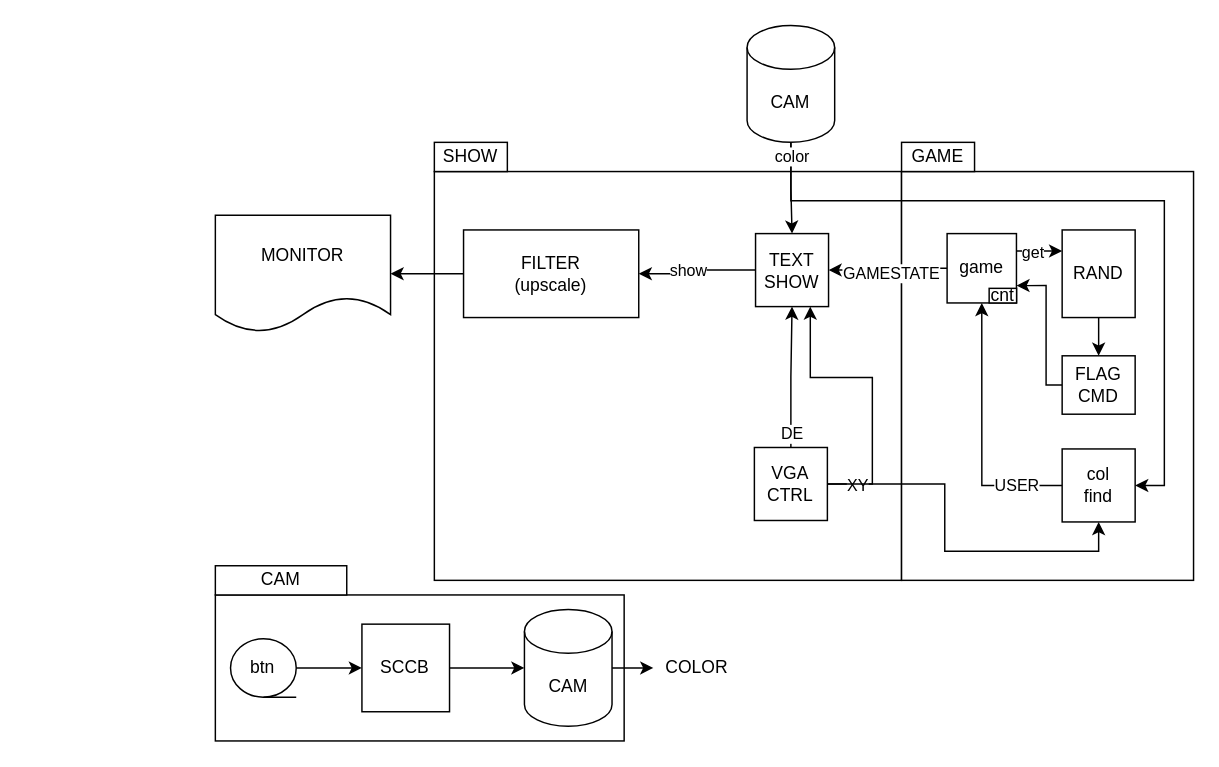
cong2738/FlagGame keeps this draw.io diagram as page "Project design" (1 of 4) of doc/SystenArchitecture.drawio. Above is the earlier version. Source tidied: cells renumbered, new cells numbered last; positions are measured from the earlier drawing's top-left corner, leaving out a move shared by most shapes. Both pictures are drawn from the tidied source at 146%, with x=0, y=0 at pixel (215, 25).
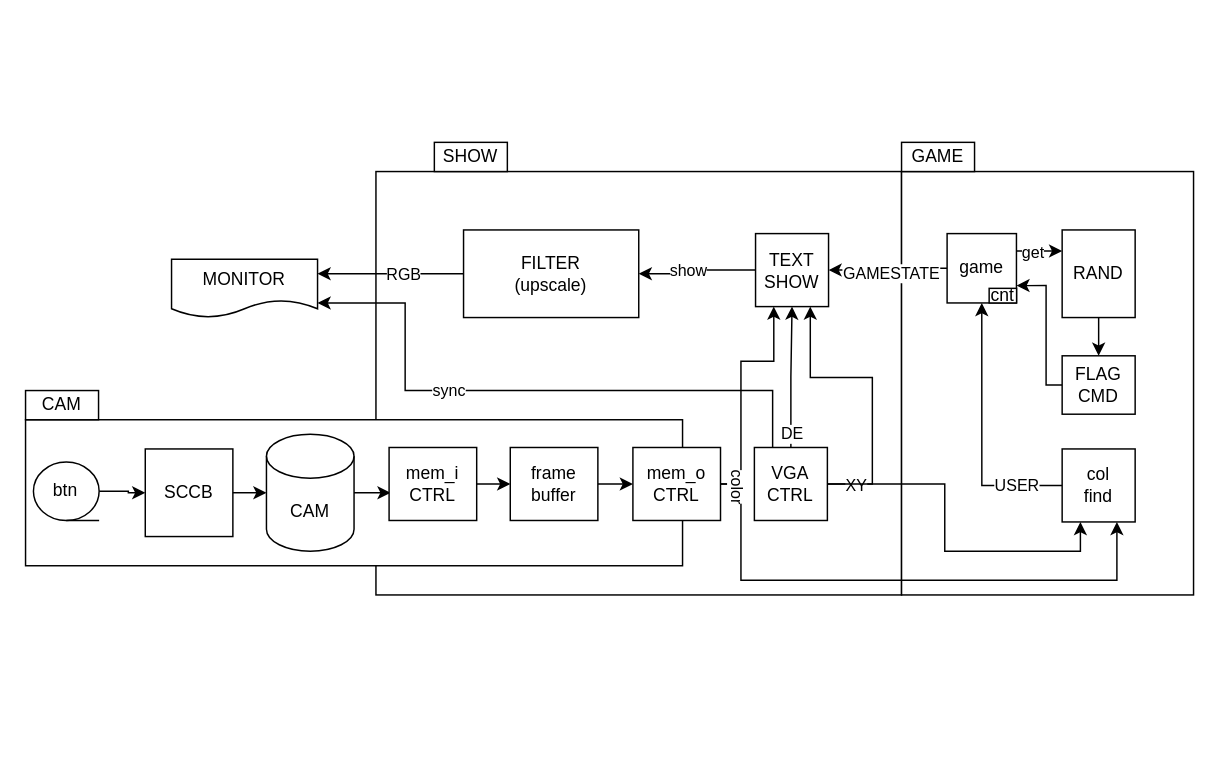
After the change.

Unchanged cells that the change refers to:
```xml
<mxCell id="16" value="VGA&lt;div&gt;CTRL&lt;/div&gt;" style="whiteSpace=wrap;html=1;" parent="1" vertex="1">
  <mxGeometry x="369.2" y="289" width="50" height="50" as="geometry" />
</mxCell>
<mxCell id="19" value="col&lt;div&gt;find&lt;/div&gt;" style="whiteSpace=wrap;html=1;" parent="1" vertex="1">
  <mxGeometry x="580" y="290" width="50" height="50" as="geometry" />
</mxCell>
<mxCell id="28" value="TEXT&lt;br&gt;SHOW" style="whiteSpace=wrap;html=1;" parent="1" vertex="1">
  <mxGeometry x="370" y="142.5" width="50" height="50" as="geometry" />
</mxCell>
<mxCell id="29" value="FILTER&lt;div&gt;(upscale)&lt;/div&gt;" style="rounded=0;whiteSpace=wrap;html=1;" parent="1" vertex="1">
  <mxGeometry x="170" y="140" width="120" height="60" as="geometry" />
</mxCell>
```

The edit, as a diff of the source:
```diff
@@
     <mxCell id="2" style="rounded=0;whiteSpace=wrap;html=1;" parent="1" vertex="1">
-      <mxGeometry x="150" y="100" width="320" height="280" as="geometry" />
+      <mxGeometry x="110" y="100" width="360" height="290" as="geometry" />
     </mxCell>
     <mxCell id="3" style="rounded=0;whiteSpace=wrap;html=1;" parent="1" vertex="1">
-      <mxGeometry x="470" y="100" width="200" height="280" as="geometry" />
+      <mxGeometry x="470" y="100" width="200" height="290" as="geometry" />
     </mxCell>
-    <mxCell id="4" style="edgeStyle=orthogonalEdgeStyle;rounded=0;jettySize=auto;html=1;entryX=0.5;entryY=0;entryDx=0;entryDy=0;" parent="1" edge="1" source="7" target="28">
-      <mxGeometry relative="1" as="geometry" />
-    </mxCell>
-    <mxCell id="5" style="edgeStyle=orthogonalEdgeStyle;rounded=0;jettySize=auto;html=1;entryX=1;entryY=0.5;entryDx=0;entryDy=0;exitX=0.5;exitY=1;exitDx=0;exitDy=0;exitPerimeter=0;" parent="1" edge="1" source="7" target="19">
-      <mxGeometry relative="1" as="geometry">
-        <Array as="points">
-          <mxPoint x="394" y="120" />
-          <mxPoint x="650" y="120" />
-          <mxPoint x="650" y="315" />
-        </Array>
-      </mxGeometry>
-    </mxCell>
-    <mxCell id="6" value="color" style="edgeLabel;html=1;align=center;verticalAlign=middle;" parent="5" vertex="1">
-      <mxGeometry x="-0.91" relative="1" as="geometry">
-        <mxPoint y="-14" as="offset" />
-      </mxGeometry>
-    </mxCell>
-    <mxCell id="7" value="CAM" style="shape=cylinder3;whiteSpace=wrap;html=1;boundedLbl=1;backgroundOutline=1;size=15;" parent="1" vertex="1">
-      <mxGeometry x="364.2" width="60" height="80" as="geometry" />
-    </mxCell>
     <mxCell id="8" value="MONITOR" style="shape=document;whiteSpace=wrap;html=1;boundedLbl=1;" parent="1" vertex="1">
-      <mxGeometry y="130" width="120" height="80" as="geometry" />
+      <mxGeometry x="-30" y="160" width="100" height="40" as="geometry" />
     </mxCell>
@@
-    <mxCell id="10" style="edgeStyle=orthogonalEdgeStyle;rounded=0;jettySize=auto;html=1;" parent="1" edge="1" source="29" target="8">
+    <mxCell id="10" style="edgeStyle=orthogonalEdgeStyle;rounded=0;jettySize=auto;html=1;entryX=1;entryY=0.25;entryDx=0;entryDy=0;" parent="1" edge="1" source="29" target="8">
       <mxGeometry relative="1" as="geometry" />
     </mxCell>
+    <mxCell id="45" value="RGB" style="edgeLabel;html=1;align=center;verticalAlign=middle;" parent="10" vertex="1">
+      <mxGeometry x="-0.16" relative="1" as="geometry" />
+    </mxCell>
-    <mxCell id="11" style="edgeStyle=orthogonalEdgeStyle;rounded=0;jettySize=auto;html=1;entryX=0.5;entryY=1;entryDx=0;entryDy=0;" parent="1" edge="1" source="16" target="19">
+    <mxCell id="11" style="edgeStyle=orthogonalEdgeStyle;rounded=0;jettySize=auto;html=1;entryX=0.25;entryY=1;entryDx=0;entryDy=0;" parent="1" edge="1" source="16" target="19">
       <mxGeometry relative="1" as="geometry" />
     </mxCell>
@@
+    <mxCell id="46" style="edgeStyle=orthogonalEdgeStyle;rounded=0;jettySize=auto;html=1;exitX=0.25;exitY=0;exitDx=0;exitDy=0;entryX=1;entryY=0.75;entryDx=0;entryDy=0;" parent="1" edge="1" source="16" target="8">
+      <mxGeometry relative="1" as="geometry">
+        <Array as="points">
+          <mxPoint x="382" y="250" />
+          <mxPoint x="130" y="250" />
+          <mxPoint x="130" y="190" />
+        </Array>
+      </mxGeometry>
+    </mxCell>
+    <mxCell id="47" value="sync" style="edgeLabel;html=1;align=center;verticalAlign=middle;" parent="46" vertex="1">
+      <mxGeometry x="0.41" y="-1" relative="1" as="geometry">
+        <mxPoint x="29" as="offset" />
+      </mxGeometry>
+    </mxCell>
@@
     <mxCell id="32" style="rounded=0;whiteSpace=wrap;html=1;" parent="1" vertex="1">
-      <mxGeometry y="390" width="280" height="100" as="geometry" />
+      <mxGeometry x="-130" y="270" width="450" height="100" as="geometry" />
     </mxCell>
     <mxCell id="33" value="CAM" style="rounded=0;whiteSpace=wrap;html=1;" parent="1" vertex="1">
-      <mxGeometry y="370" width="90" height="20" as="geometry" />
+      <mxGeometry x="-130" y="250" width="50" height="20" as="geometry" />
     </mxCell>
     <mxCell id="34" value="SCCB" style="whiteSpace=wrap;html=1;" parent="1" vertex="1">
-      <mxGeometry x="100.4" y="410" width="60" height="60" as="geometry" />
+      <mxGeometry x="-48" y="290" width="60" height="60" as="geometry" />
     </mxCell>
@@
     <mxCell id="36" value="btn" style="shape=tapeData;whiteSpace=wrap;html=1;perimeter=ellipsePerimeter;" parent="1" vertex="1">
-      <mxGeometry x="10.4" y="420" width="45" height="40" as="geometry" />
+      <mxGeometry x="-124.6" y="299" width="45" height="40" as="geometry" />
     </mxCell>
@@
-    <mxCell id="38" style="edgeStyle=orthogonalEdgeStyle;rounded=0;jettySize=auto;html=1;entryX=0;entryY=0.5;entryDx=0;entryDy=0;" parent="1" edge="1" source="39" target="43">
-      <mxGeometry relative="1" as="geometry" />
+    <mxCell id="38" style="edgeStyle=orthogonalEdgeStyle;rounded=0;jettySize=auto;html=1;entryX=0;entryY=0.5;entryDx=0;entryDy=0;" parent="1" edge="1" source="39">
+      <mxGeometry relative="1" as="geometry">
+        <mxPoint x="120" y="320" as="targetPoint" />
+      </mxGeometry>
     </mxCell>
     <mxCell id="39" value="CAM" style="shape=cylinder3;whiteSpace=wrap;html=1;boundedLbl=1;backgroundOutline=1;size=15;" parent="1" vertex="1">
-      <mxGeometry x="211.7" y="400" width="60" height="80" as="geometry" />
+      <mxGeometry x="35" y="280" width="60" height="80" as="geometry" />
     </mxCell>
@@
-    <mxCell id="43" value="COLOR" style="text;html=1;align=center;verticalAlign=middle;whiteSpace=wrap;rounded=0;" parent="1" vertex="1">
-      <mxGeometry x="300" y="425" width="60" height="30" as="geometry" />
-    </mxCell>
@@
+    <mxCell id="48" style="edgeStyle=orthogonalEdgeStyle;rounded=0;jettySize=auto;html=1;entryX=0.75;entryY=1;entryDx=0;entryDy=0;" parent="1" edge="1" source="50" target="19">
+      <mxGeometry relative="1" as="geometry">
+        <Array as="points">
+          <mxPoint x="360" y="314" />
+          <mxPoint x="360" y="380" />
+          <mxPoint x="617" y="380" />
+        </Array>
+      </mxGeometry>
+    </mxCell>
+    <mxCell id="49" style="edgeStyle=orthogonalEdgeStyle;rounded=0;jettySize=auto;html=1;entryX=0.25;entryY=1;entryDx=0;entryDy=0;" parent="1" edge="1" source="50" target="28">
+      <mxGeometry relative="1" as="geometry">
+        <Array as="points">
+          <mxPoint x="360" y="314" />
+          <mxPoint x="360" y="230" />
+          <mxPoint x="383" y="230" />
+        </Array>
+      </mxGeometry>
+    </mxCell>
+    <mxCell id="6" value="color" style="edgeLabel;html=1;align=center;verticalAlign=middle;rotation=90;" parent="49" vertex="1">
+      <mxGeometry x="-0.84" y="-3" relative="1" as="geometry">
+        <mxPoint y="-2" as="offset" />
+      </mxGeometry>
+    </mxCell>
+    <mxCell id="50" value="mem_o&lt;div&gt;CTRL&lt;/div&gt;" style="rounded=0;whiteSpace=wrap;html=1;" parent="1" vertex="1">
+      <mxGeometry x="286" y="289" width="60" height="50" as="geometry" />
+    </mxCell>
+    <mxCell id="51" style="edgeStyle=orthogonalEdgeStyle;rounded=0;jettySize=auto;html=1;" parent="1" edge="1" source="52" target="54">
+      <mxGeometry relative="1" as="geometry" />
+    </mxCell>
+    <mxCell id="52" value="mem_i&lt;div&gt;CTRL&lt;/div&gt;" style="rounded=0;whiteSpace=wrap;html=1;" parent="1" vertex="1">
+      <mxGeometry x="119" y="289" width="60" height="50" as="geometry" />
+    </mxCell>
+    <mxCell id="53" style="edgeStyle=orthogonalEdgeStyle;rounded=0;jettySize=auto;html=1;" parent="1" edge="1" source="54" target="50">
+      <mxGeometry relative="1" as="geometry" />
+    </mxCell>
+    <mxCell id="54" value="frame&lt;div&gt;buffer&lt;/div&gt;" style="rounded=0;whiteSpace=wrap;html=1;" parent="1" vertex="1">
+      <mxGeometry x="202" y="289" width="60" height="50" as="geometry" />
+    </mxCell>
```
